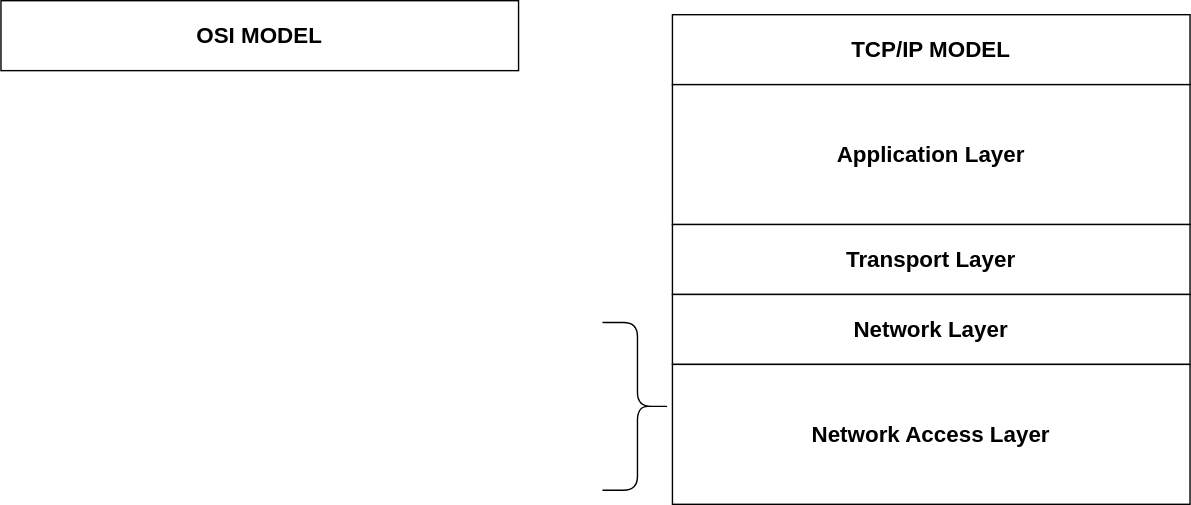
Above: TCP/IP Model.drawio.svg in chloe-valentine/network-diagrams (draw.io), before the change. Source tidied: cells renumbered, new cells last; positions are measured from the earlier drawing's top-left corner, leaving out a move shared by most shapes.
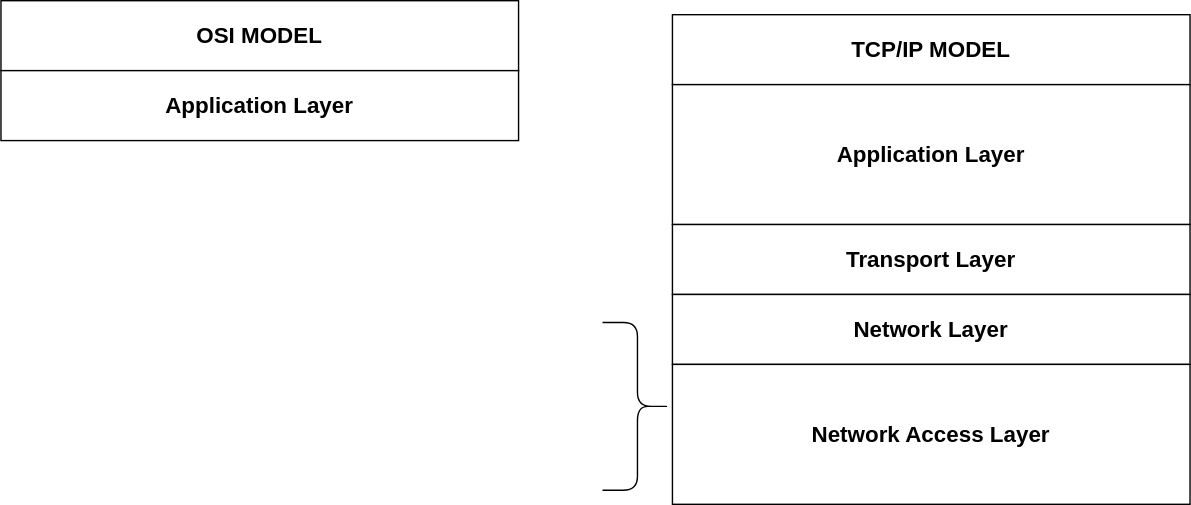
The same diagram one commit later.

Change to the diagram source:
```diff
@@ -23,5 +23,8 @@
     <mxCell id="8" value="&lt;span style=&quot;font-size: 16px;&quot;&gt;&lt;b&gt;OSI MODEL&lt;/b&gt;&lt;/span&gt;" style="rounded=0;whiteSpace=wrap;html=1;" parent="1" vertex="1">
       <mxGeometry width="370" height="50" as="geometry" />
     </mxCell>
+    <mxCell id="9" value="&lt;font style=&quot;font-size: 16px;&quot;&gt;&lt;b&gt;Application Layer&lt;/b&gt;&lt;/font&gt;" style="rounded=0;whiteSpace=wrap;html=1;" parent="1" vertex="1">
+      <mxGeometry y="50" width="370" height="50" as="geometry" />
+    </mxCell>
   </root>
 </mxGraphModel>
```
